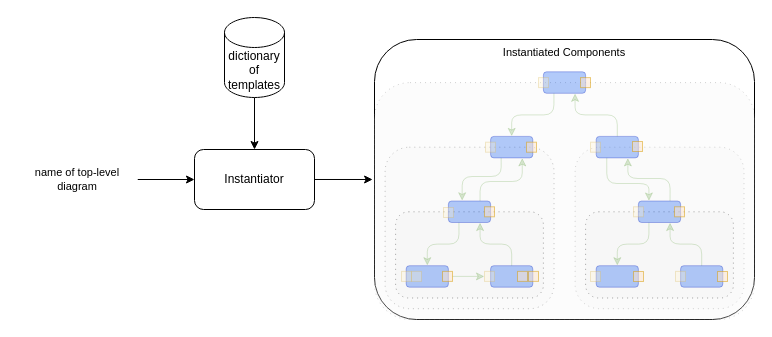
The draw.io diagram page "3. instantiate" (3 of 10) of helloworld0d/doc/Towards DPLs.drawio in guitarvydas/onward, before the edit. Source tidied: cells renumbered, new cells numbered last; positions are measured from the earlier drawing's top-left corner, leaving out a move shared by most shapes. Both pictures are drawn from the tidied source at 100%, with x=0, y=0 at pixel (17, 17).
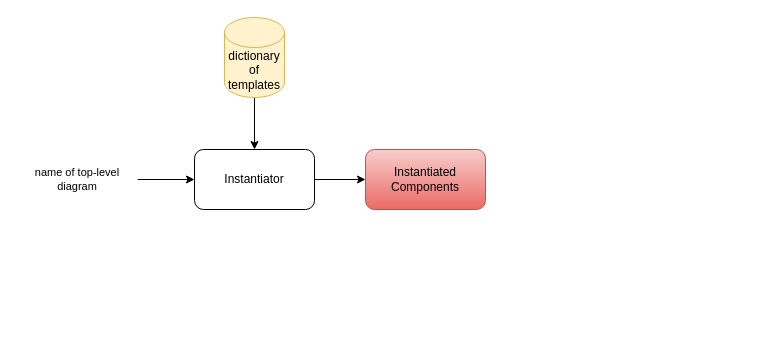
The same diagram, later.

Unchanged cells that the change refers to:
```xml
<mxCell id="2" value="Instantiator" style="rounded=1;whiteSpace=wrap;html=1;" parent="1" vertex="1">
  <mxGeometry x="177" y="132" width="120" height="60" as="geometry" />
</mxCell>
```

Diff of the diagram source:
```diff
@@
-    <mxCell id="3" value="Instantiated Components" style="rounded=1;whiteSpace=wrap;html=1;fontFamily=Helvetica;fontSize=11;fontColor=default;labelBackgroundColor=default;verticalAlign=top;" parent="1" vertex="1">
-      <mxGeometry x="357" y="22" width="380" height="280" as="geometry" />
-    </mxCell>
-    <mxCell id="4" style="rounded=1;whiteSpace=wrap;html=1;fontFamily=Helvetica;fontSize=11;fontColor=#333333;labelBackgroundColor=default;dashed=1;dashPattern=1 4;fillColor=#f5f5f5;strokeColor=#666666;opacity=40;" parent="3" vertex="1">
-      <mxGeometry x="200.6" y="107.7" width="168.9" height="161.5" as="geometry" />
-    </mxCell>
-    <mxCell id="5" style="rounded=1;whiteSpace=wrap;html=1;fontFamily=Helvetica;fontSize=11;fontColor=#333333;labelBackgroundColor=default;dashed=1;dashPattern=1 4;fillColor=#f5f5f5;strokeColor=#666666;opacity=30;" parent="3" vertex="1">
-      <mxGeometry y="43.1" width="380" height="236.9" as="geometry" />
-    </mxCell>
-    <mxCell id="6" style="rounded=1;whiteSpace=wrap;html=1;fontFamily=Helvetica;fontSize=11;fontColor=#333333;labelBackgroundColor=default;dashed=1;dashPattern=1 4;fillColor=#f5f5f5;strokeColor=#666666;opacity=40;" parent="3" vertex="1">
-      <mxGeometry x="10.6" y="107.7" width="168.9" height="161.5" as="geometry" />
-    </mxCell>
-    <mxCell id="7" style="rounded=1;whiteSpace=wrap;html=1;fontFamily=Helvetica;fontSize=11;fontColor=#333333;labelBackgroundColor=default;dashed=1;dashPattern=1 4;fillColor=#f5f5f5;strokeColor=#666666;opacity=60;" parent="3" vertex="1">
-      <mxGeometry x="211.1" y="172.3" width="147.8" height="86.2" as="geometry" />
-    </mxCell>
-    <mxCell id="8" style="rounded=1;whiteSpace=wrap;html=1;fontFamily=Helvetica;fontSize=11;fontColor=#333333;labelBackgroundColor=default;dashed=1;dashPattern=1 4;opacity=60;fillColor=#f5f5f5;strokeColor=#666666;" parent="3" vertex="1">
-      <mxGeometry x="21.1" y="172.3" width="147.8" height="86.2" as="geometry" />
-    </mxCell>
-    <mxCell id="9" style="edgeStyle=orthogonalEdgeStyle;rounded=1;jettySize=auto;html=1;exitX=0.25;exitY=1;exitDx=0;exitDy=0;entryX=0.5;entryY=0;entryDx=0;entryDy=0;curved=0;opacity=30;fillColor=#d5e8d4;strokeColor=#82b366;" parent="3" edge="1" source="11" target="13">
-      <mxGeometry relative="1" as="geometry" />
-    </mxCell>
-    <mxCell id="10" style="edgeStyle=orthogonalEdgeStyle;rounded=1;jettySize=auto;html=1;exitX=0.5;exitY=0;exitDx=0;exitDy=0;entryX=0.75;entryY=1;entryDx=0;entryDy=0;curved=0;opacity=30;fillColor=#d5e8d4;strokeColor=#82b366;" parent="3" edge="1" source="15" target="11">
-      <mxGeometry relative="1" as="geometry" />
-    </mxCell>
-    <mxCell id="11" style="rounded=1;whiteSpace=wrap;html=1;fillColor=#0050ef;fontColor=#ffffff;strokeColor=#001DBC;opacity=30;" parent="3" vertex="1">
-      <mxGeometry x="168.9" y="32.3" width="42.2" height="21.5" as="geometry" />
-    </mxCell>
-    <mxCell id="12" style="edgeStyle=orthogonalEdgeStyle;curved=0;rounded=1;jettySize=auto;html=1;exitX=0.25;exitY=1;exitDx=0;exitDy=0;entryX=0.326;entryY=-0.01;entryDx=0;entryDy=0;strokeColor=#82b366;align=center;verticalAlign=middle;fontFamily=Helvetica;fontSize=11;fontColor=default;labelBackgroundColor=default;endArrow=classic;entryPerimeter=0;opacity=30;fillColor=#d5e8d4;" parent="3" edge="1" source="13" target="18">
-      <mxGeometry relative="1" as="geometry">
-        <Array as="points">
-          <mxPoint x="127" y="137" />
-          <mxPoint x="88" y="137" />
-        </Array>
-      </mxGeometry>
-    </mxCell>
-    <mxCell id="13" style="rounded=1;whiteSpace=wrap;html=1;fillColor=#0050ef;fontColor=#ffffff;strokeColor=#001DBC;opacity=30;" parent="3" vertex="1">
-      <mxGeometry x="116.1" y="96.9" width="42.2" height="21.5" as="geometry" />
-    </mxCell>
-    <mxCell id="14" style="edgeStyle=orthogonalEdgeStyle;curved=0;rounded=1;jettySize=auto;html=1;exitX=0.25;exitY=1;exitDx=0;exitDy=0;entryX=0.25;entryY=0;entryDx=0;entryDy=0;strokeColor=#82b366;align=center;verticalAlign=middle;fontFamily=Helvetica;fontSize=11;fontColor=default;labelBackgroundColor=default;endArrow=classic;fillColor=#d5e8d4;opacity=30;" parent="3" edge="1" source="15" target="24">
-      <mxGeometry relative="1" as="geometry">
-        <Array as="points">
-          <mxPoint x="232" y="144" />
-          <mxPoint x="274" y="144" />
-        </Array>
-      </mxGeometry>
-    </mxCell>
-    <mxCell id="15" style="rounded=1;whiteSpace=wrap;html=1;fillColor=#0050ef;fontColor=#ffffff;strokeColor=#001DBC;opacity=30;" parent="3" vertex="1">
-      <mxGeometry x="221.7" y="96.9" width="42.2" height="21.5" as="geometry" />
-    </mxCell>
-    <mxCell id="16" style="edgeStyle=orthogonalEdgeStyle;rounded=1;jettySize=auto;html=1;exitX=0.25;exitY=1;exitDx=0;exitDy=0;entryX=0.5;entryY=0;entryDx=0;entryDy=0;curved=0;opacity=30;fillColor=#d5e8d4;strokeColor=#82b366;" parent="3" edge="1" source="18" target="19">
-      <mxGeometry relative="1" as="geometry" />
-    </mxCell>
-    <mxCell id="17" style="edgeStyle=orthogonalEdgeStyle;curved=0;rounded=1;jettySize=auto;html=1;exitX=0.75;exitY=0;exitDx=0;exitDy=0;entryX=0.75;entryY=1;entryDx=0;entryDy=0;strokeColor=#82b366;align=center;verticalAlign=middle;fontFamily=Helvetica;fontSize=11;fontColor=default;labelBackgroundColor=default;endArrow=classic;opacity=30;fillColor=#d5e8d4;" parent="3" edge="1" source="18" target="13">
-      <mxGeometry relative="1" as="geometry">
-        <Array as="points">
-          <mxPoint x="106" y="142" />
-          <mxPoint x="148" y="142" />
-        </Array>
-      </mxGeometry>
-    </mxCell>
-    <mxCell id="18" style="rounded=1;whiteSpace=wrap;html=1;fillColor=#0050ef;fontColor=#ffffff;strokeColor=#001DBC;opacity=30;" parent="3" vertex="1">
-      <mxGeometry x="73.9" y="161.5" width="42.2" height="21.5" as="geometry" />
-    </mxCell>
-    <mxCell id="19" style="rounded=1;whiteSpace=wrap;html=1;fillColor=#0050ef;fontColor=#ffffff;strokeColor=#001DBC;opacity=30;" parent="3" vertex="1">
-      <mxGeometry x="31.7" y="226.2" width="42.2" height="21.5" as="geometry" />
-    </mxCell>
-    <mxCell id="20" style="edgeStyle=orthogonalEdgeStyle;curved=0;rounded=1;jettySize=auto;html=1;exitX=0.5;exitY=0;exitDx=0;exitDy=0;entryX=0.75;entryY=1;entryDx=0;entryDy=0;strokeColor=#82b366;align=center;verticalAlign=middle;fontFamily=Helvetica;fontSize=11;fontColor=default;labelBackgroundColor=default;endArrow=classic;opacity=30;fillColor=#d5e8d4;" parent="3" edge="1" source="21" target="18">
-      <mxGeometry relative="1" as="geometry" />
-    </mxCell>
-    <mxCell id="21" style="rounded=1;whiteSpace=wrap;html=1;fillColor=#0050ef;fontColor=#ffffff;strokeColor=#001DBC;opacity=30;" parent="3" vertex="1">
-      <mxGeometry x="116.1" y="226.2" width="42.2" height="21.5" as="geometry" />
-    </mxCell>
-    <mxCell id="22" style="edgeStyle=orthogonalEdgeStyle;rounded=1;jettySize=auto;html=1;exitX=0.25;exitY=1;exitDx=0;exitDy=0;entryX=0.5;entryY=0;entryDx=0;entryDy=0;curved=0;opacity=30;fillColor=#d5e8d4;strokeColor=#82b366;" parent="3" edge="1" source="24" target="25">
-      <mxGeometry relative="1" as="geometry" />
-    </mxCell>
-    <mxCell id="23" style="edgeStyle=orthogonalEdgeStyle;curved=0;rounded=1;jettySize=auto;html=1;exitX=0.75;exitY=0;exitDx=0;exitDy=0;entryX=0.75;entryY=1;entryDx=0;entryDy=0;strokeColor=#82b366;align=center;verticalAlign=middle;fontFamily=Helvetica;fontSize=11;fontColor=default;labelBackgroundColor=default;endArrow=classic;fillColor=#d5e8d4;opacity=30;" parent="3" edge="1" source="24" target="15">
-      <mxGeometry relative="1" as="geometry">
-        <Array as="points">
-          <mxPoint x="296" y="139" />
-          <mxPoint x="253" y="139" />
-        </Array>
-      </mxGeometry>
-    </mxCell>
-    <mxCell id="24" style="rounded=1;whiteSpace=wrap;html=1;fillColor=#0050ef;fontColor=#ffffff;strokeColor=#001DBC;opacity=30;" parent="3" vertex="1">
-      <mxGeometry x="263.9" y="161.5" width="42.2" height="21.5" as="geometry" />
-    </mxCell>
-    <mxCell id="25" style="rounded=1;whiteSpace=wrap;html=1;fillColor=#0050ef;fontColor=#ffffff;strokeColor=#001DBC;opacity=30;" parent="3" vertex="1">
-      <mxGeometry x="221.7" y="226.2" width="42.2" height="21.5" as="geometry" />
-    </mxCell>
-    <mxCell id="26" style="edgeStyle=orthogonalEdgeStyle;curved=0;rounded=1;jettySize=auto;html=1;exitX=0.5;exitY=0;exitDx=0;exitDy=0;entryX=0.75;entryY=1;entryDx=0;entryDy=0;strokeColor=#82b366;align=center;verticalAlign=middle;fontFamily=Helvetica;fontSize=11;fontColor=default;labelBackgroundColor=default;endArrow=classic;fillColor=#d5e8d4;opacity=30;" parent="3" edge="1" source="27" target="24">
-      <mxGeometry relative="1" as="geometry" />
-    </mxCell>
-    <mxCell id="27" style="rounded=1;whiteSpace=wrap;html=1;fillColor=#0050ef;fontColor=#ffffff;strokeColor=#001DBC;opacity=30;" parent="3" vertex="1">
-      <mxGeometry x="306.1" y="226.2" width="42.2" height="21.5" as="geometry" />
-    </mxCell>
-    <mxCell id="28" style="rounded=1;whiteSpace=wrap;html=1;fontFamily=Helvetica;fontSize=11;labelBackgroundColor=default;opacity=30;arcSize=0;fillColor=#fff2cc;strokeColor=#d6b656;" parent="3" vertex="1">
-      <mxGeometry x="27" y="231.9" width="10" height="10" as="geometry" />
-    </mxCell>
-    <mxCell id="29" style="rounded=1;whiteSpace=wrap;html=1;fontFamily=Helvetica;fontSize=11;labelBackgroundColor=default;opacity=30;arcSize=0;fillColor=#fff2cc;strokeColor=#d6b656;" parent="3" vertex="1">
-      <mxGeometry x="37" y="231.9" width="10" height="10" as="geometry" />
-    </mxCell>
-    <mxCell id="30" style="rounded=1;whiteSpace=wrap;html=1;fontFamily=Helvetica;fontSize=11;labelBackgroundColor=default;opacity=30;arcSize=0;fillColor=#fff2cc;strokeColor=#d6b656;" parent="3" vertex="1">
-      <mxGeometry x="110" y="231.9" width="10" height="10" as="geometry" />
-    </mxCell>
-    <mxCell id="31" style="edgeStyle=orthogonalEdgeStyle;curved=0;rounded=1;jettySize=auto;html=1;exitX=1;exitY=0.5;exitDx=0;exitDy=0;strokeColor=#82b366;align=center;verticalAlign=middle;fontFamily=Helvetica;fontSize=11;fontColor=default;labelBackgroundColor=default;endArrow=classic;entryX=0;entryY=0.5;entryDx=0;entryDy=0;opacity=30;fillColor=#d5e8d4;" parent="3" edge="1" source="32" target="30">
-      <mxGeometry relative="1" as="geometry" />
-    </mxCell>
-    <mxCell id="32" style="rounded=1;whiteSpace=wrap;html=1;fontFamily=Helvetica;fontSize=11;labelBackgroundColor=default;fillColor=#ffe6cc;strokeColor=#d79b00;opacity=50;arcSize=0;" parent="3" vertex="1">
-      <mxGeometry x="68" y="231.9" width="10" height="10" as="geometry" />
-    </mxCell>
-    <mxCell id="33" style="rounded=1;whiteSpace=wrap;html=1;fontFamily=Helvetica;fontSize=11;labelBackgroundColor=default;fillColor=#ffe6cc;strokeColor=#d79b00;opacity=50;arcSize=0;" parent="3" vertex="1">
-      <mxGeometry x="143" y="231.9" width="10" height="10" as="geometry" />
-    </mxCell>
-    <mxCell id="34" style="rounded=1;whiteSpace=wrap;html=1;fontFamily=Helvetica;fontSize=11;labelBackgroundColor=default;fillColor=#ffe6cc;strokeColor=#d79b00;opacity=50;arcSize=0;" parent="3" vertex="1">
-      <mxGeometry x="154" y="231.9" width="10" height="10" as="geometry" />
-    </mxCell>
-    <mxCell id="35" style="rounded=1;whiteSpace=wrap;html=1;fontFamily=Helvetica;fontSize=11;labelBackgroundColor=default;fillColor=#ffe6cc;strokeColor=#d79b00;opacity=50;arcSize=0;" parent="3" vertex="1">
-      <mxGeometry x="110" y="167.3" width="10" height="10" as="geometry" />
-    </mxCell>
-    <mxCell id="36" style="rounded=1;whiteSpace=wrap;html=1;fontFamily=Helvetica;fontSize=11;labelBackgroundColor=default;fillColor=#ffe6cc;strokeColor=#d79b00;opacity=50;arcSize=0;" parent="3" vertex="1">
-      <mxGeometry x="152" y="102.7" width="10" height="10" as="geometry" />
-    </mxCell>
-    <mxCell id="37" style="rounded=1;whiteSpace=wrap;html=1;fontFamily=Helvetica;fontSize=11;labelBackgroundColor=default;fillColor=#ffe6cc;strokeColor=#d79b00;opacity=50;arcSize=0;" parent="3" vertex="1">
-      <mxGeometry x="258" y="102" width="10" height="10" as="geometry" />
-    </mxCell>
-    <mxCell id="38" style="rounded=1;whiteSpace=wrap;html=1;fontFamily=Helvetica;fontSize=11;labelBackgroundColor=default;fillColor=#ffe6cc;strokeColor=#d79b00;opacity=50;arcSize=0;" parent="3" vertex="1">
-      <mxGeometry x="300" y="167.3" width="10" height="10" as="geometry" />
-    </mxCell>
-    <mxCell id="39" style="rounded=1;whiteSpace=wrap;html=1;fontFamily=Helvetica;fontSize=11;labelBackgroundColor=default;fillColor=#ffe6cc;strokeColor=#d79b00;opacity=50;arcSize=0;" parent="3" vertex="1">
-      <mxGeometry x="259" y="232" width="10" height="10" as="geometry" />
-    </mxCell>
-    <mxCell id="40" style="rounded=1;whiteSpace=wrap;html=1;fontFamily=Helvetica;fontSize=11;labelBackgroundColor=default;fillColor=#ffe6cc;strokeColor=#d79b00;opacity=50;arcSize=0;" parent="3" vertex="1">
-      <mxGeometry x="343" y="232" width="10" height="10" as="geometry" />
-    </mxCell>
-    <mxCell id="41" style="rounded=1;whiteSpace=wrap;html=1;fontFamily=Helvetica;fontSize=11;labelBackgroundColor=default;fillColor=#ffe6cc;strokeColor=#d79b00;opacity=50;arcSize=0;" parent="3" vertex="1">
-      <mxGeometry x="206" y="38.1" width="10" height="10" as="geometry" />
-    </mxCell>
-    <mxCell id="42" style="rounded=1;whiteSpace=wrap;html=1;fontFamily=Helvetica;fontSize=11;labelBackgroundColor=default;opacity=30;arcSize=0;fillColor=#fff2cc;strokeColor=#d6b656;" parent="3" vertex="1">
-      <mxGeometry x="69" y="168" width="10" height="10" as="geometry" />
-    </mxCell>
-    <mxCell id="43" style="rounded=1;whiteSpace=wrap;html=1;fontFamily=Helvetica;fontSize=11;labelBackgroundColor=default;opacity=30;arcSize=0;fillColor=#fff2cc;strokeColor=#d6b656;" parent="3" vertex="1">
-      <mxGeometry x="111" y="102.7" width="10" height="10" as="geometry" />
-    </mxCell>
-    <mxCell id="44" style="rounded=1;whiteSpace=wrap;html=1;fontFamily=Helvetica;fontSize=11;labelBackgroundColor=default;opacity=30;arcSize=0;fillColor=#fff2cc;strokeColor=#d6b656;" parent="3" vertex="1">
-      <mxGeometry x="164" y="38.1" width="10" height="10" as="geometry" />
-    </mxCell>
-    <mxCell id="45" style="rounded=1;whiteSpace=wrap;html=1;fontFamily=Helvetica;fontSize=11;labelBackgroundColor=default;opacity=30;arcSize=0;fillColor=#fff2cc;strokeColor=#d6b656;" parent="3" vertex="1">
-      <mxGeometry x="216" y="102.7" width="10" height="10" as="geometry" />
-    </mxCell>
-    <mxCell id="46" style="rounded=1;whiteSpace=wrap;html=1;fontFamily=Helvetica;fontSize=11;labelBackgroundColor=default;opacity=30;arcSize=0;fillColor=#fff2cc;strokeColor=#d6b656;" parent="3" vertex="1">
-      <mxGeometry x="259" y="167.3" width="10" height="10" as="geometry" />
-    </mxCell>
-    <mxCell id="47" style="rounded=1;whiteSpace=wrap;html=1;fontFamily=Helvetica;fontSize=11;labelBackgroundColor=default;opacity=30;arcSize=0;fillColor=#fff2cc;strokeColor=#d6b656;" parent="3" vertex="1">
-      <mxGeometry x="216" y="232" width="10" height="10" as="geometry" />
-    </mxCell>
-    <mxCell id="48" style="rounded=1;whiteSpace=wrap;html=1;fontFamily=Helvetica;fontSize=11;labelBackgroundColor=default;opacity=30;arcSize=0;fillColor=#fff2cc;strokeColor=#d6b656;" parent="3" vertex="1">
-      <mxGeometry x="301" y="231.9" width="10" height="10" as="geometry" />
-    </mxCell>
-    <mxCell id="49" style="edgeStyle=orthogonalEdgeStyle;curved=0;rounded=1;jettySize=auto;html=1;entryX=-0.005;entryY=0.409;entryDx=0;entryDy=0;entryPerimeter=0;strokeColor=default;align=center;verticalAlign=middle;fontFamily=Helvetica;fontSize=11;fontColor=default;labelBackgroundColor=default;endArrow=classic;" parent="1" edge="1" source="2" target="5">
+    <mxCell id="49" style="edgeStyle=orthogonalEdgeStyle;curved=0;rounded=1;jettySize=auto;html=1;entryX=0;entryY=0.5;entryDx=0;entryDy=0;strokeColor=default;align=center;verticalAlign=middle;fontFamily=Helvetica;fontSize=11;fontColor=default;labelBackgroundColor=default;endArrow=classic;" parent="1" edge="1" source="2" target="3">
       <mxGeometry relative="1" as="geometry" />
     </mxCell>
@@
-    <mxCell id="51" value="dictionary of templates" style="shape=cylinder3;whiteSpace=wrap;html=1;boundedLbl=1;backgroundOutline=1;size=15;" parent="1" vertex="1">
+    <mxCell id="51" value="dictionary of templates" style="shape=cylinder3;whiteSpace=wrap;html=1;boundedLbl=1;backgroundOutline=1;size=15;fillColor=#fff2cc;strokeColor=#d6b656;" parent="1" vertex="1">
       <mxGeometry x="207" width="60" height="80" as="geometry" />
     </mxCell>
@@
+    <mxCell id="3" value="Instantiated Components" style="rounded=1;whiteSpace=wrap;html=1;fillColor=#f8cecc;strokeColor=#b85450;gradientColor=#ea6b66;" parent="1" vertex="1">
+      <mxGeometry x="348" y="132" width="120" height="60" as="geometry" />
+    </mxCell>
```
